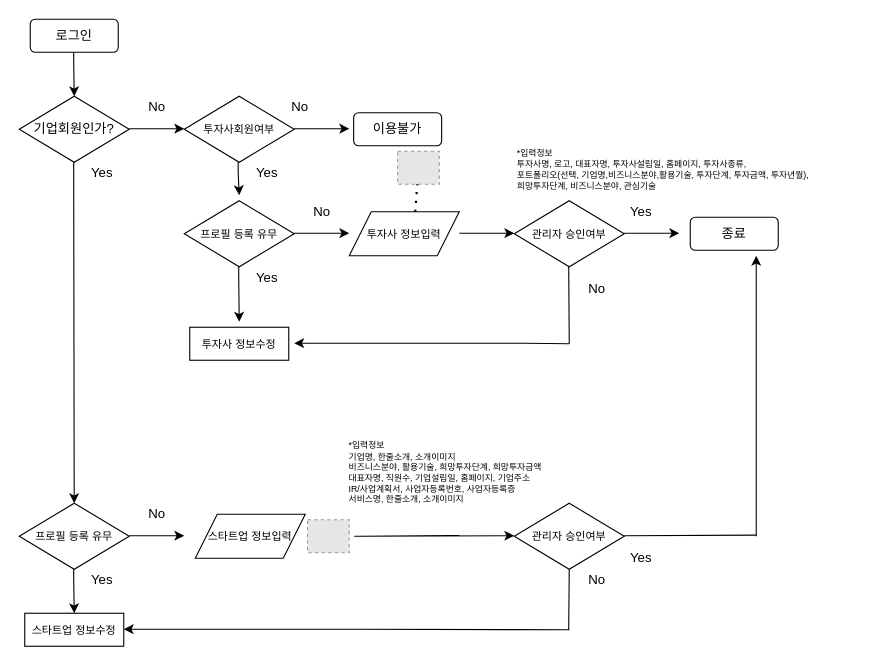
Earlier version of the draw.io diagram 비즈니스나우 프로필_수정.drawio (Lucidhomme/TIL). Source tidied: cells renumbered, new cells numbered last; positions are measured from the earlier drawing's top-left corner, leaving out a move shared by most shapes. Both pictures are drawn from the tidied source at 110%, with x=0, y=0 at pixel (19, 19). Pictures stored in the file or linked from it are replaced by grey dashed boxes.
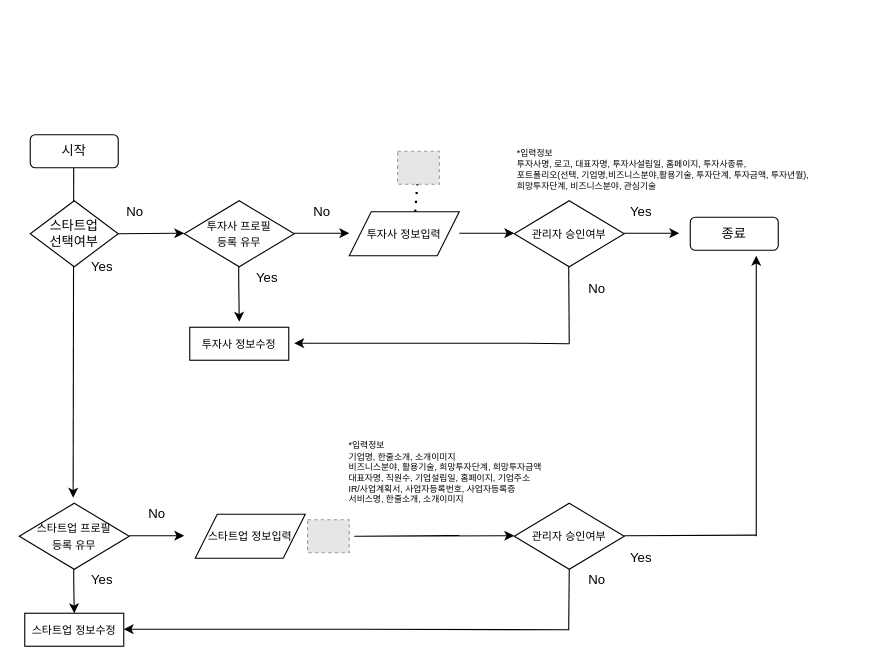
The same diagram, later.

Commit message:
Update 비즈니스나우 프로필_수정.drawio

The edit, as a diff of the source:
```diff
@@
-    <mxCell id="2" value="로그인" style="rounded=1;whiteSpace=wrap;html=1;" parent="1" vertex="1">
-      <mxGeometry x="10" width="80" height="30" as="geometry" />
+    <mxCell id="2" value="시작" style="rounded=1;whiteSpace=wrap;html=1;" parent="1" vertex="1">
+      <mxGeometry x="10" y="105" width="80" height="30" as="geometry" />
     </mxCell>
-    <mxCell id="3" value="기업회원인가?" style="rhombus;whiteSpace=wrap;html=1;" parent="1" vertex="1">
-      <mxGeometry y="70" width="100" height="60" as="geometry" />
-    </mxCell>
-    <mxCell id="4" value="No" style="text;html=1;align=center;verticalAlign=middle;fillColor=none;strokeColor=none;rounded=0;" parent="1" vertex="1">
-      <mxGeometry x="110" y="70" width="30" height="20" as="geometry" />
-    </mxCell>
-    <mxCell id="5" value="Yes" style="text;html=1;align=center;verticalAlign=middle;fillColor=none;strokeColor=none;rounded=0;" parent="1" vertex="1">
-      <mxGeometry x="60" y="130" width="30" height="20" as="geometry" />
-    </mxCell>
-    <mxCell id="6" style="endArrow=classic;html=1;" parent="1" edge="1">
-      <mxGeometry relative="1" as="geometry">
-        <mxPoint x="49.5" y="30" as="sourcePoint" />
-        <mxPoint x="50" y="70" as="targetPoint" />
-        <Array as="points">
-          <mxPoint x="49.5" y="40" />
-        </Array>
-      </mxGeometry>
-    </mxCell>
-    <mxCell id="7" style="endArrow=classic;html=1;" parent="1" edge="1" target="17">
-      <mxGeometry relative="1" as="geometry">
-        <mxPoint x="49.5" y="130" as="sourcePoint" />
-        <Array as="points">
-          <mxPoint x="49.5" y="140" />
-        </Array>
-      </mxGeometry>
-    </mxCell>
-    <mxCell id="8" value="&lt;font style=&quot;font-size: 10px&quot;&gt;프로필 등록 유무&lt;/font&gt;" style="rhombus;whiteSpace=wrap;html=1;" parent="1" vertex="1">
+    <mxCell id="8" value="&lt;font style=&quot;font-size: 10px&quot;&gt;투자사 프로필 &lt;br&gt;등록 유무&lt;/font&gt;" style="rhombus;whiteSpace=wrap;html=1;" parent="1" vertex="1">
       <mxGeometry x="150" y="165" width="100" height="60" as="geometry" />
     </mxCell>
-    <mxCell id="9" style="endArrow=classic;html=1;" parent="1" edge="1">
-      <mxGeometry relative="1" as="geometry">
-        <mxPoint x="100" y="99.5" as="sourcePoint" />
-        <mxPoint x="150" y="99.5" as="targetPoint" />
-        <Array as="points">
-          <mxPoint x="110" y="99.5" />
-        </Array>
-      </mxGeometry>
-    </mxCell>
@@
-    <mxCell id="17" value="&lt;font style=&quot;font-size: 10px&quot;&gt;프로필 등록 유무&lt;/font&gt;" style="rhombus;whiteSpace=wrap;html=1;" parent="1" vertex="1">
+    <mxCell id="17" value="&lt;font style=&quot;font-size: 10px&quot;&gt;스타트업 프로필 &lt;br&gt;등록 유무&lt;/font&gt;" style="rhombus;whiteSpace=wrap;html=1;" parent="1" vertex="1">
       <mxGeometry y="440" width="100" height="60" as="geometry" />
     </mxCell>
@@
-    <mxCell id="43" value="&lt;font style=&quot;font-size: 10px&quot;&gt;투자사회원여부&lt;/font&gt;" style="rhombus;whiteSpace=wrap;html=1;" parent="1" vertex="1">
-      <mxGeometry x="150" y="70" width="100" height="60" as="geometry" />
-    </mxCell>
-    <mxCell id="44" value="Yes" style="text;html=1;align=center;verticalAlign=middle;fillColor=none;strokeColor=none;rounded=0;" parent="1" vertex="1">
-      <mxGeometry x="210" y="130" width="30" height="20" as="geometry" />
-    </mxCell>
-    <mxCell id="45" style="endArrow=classic;html=1;" parent="1" edge="1">
-      <mxGeometry relative="1" as="geometry">
-        <mxPoint x="199" y="130" as="sourcePoint" />
-        <mxPoint x="200" y="160" as="targetPoint" />
-        <Array as="points">
-          <mxPoint x="199" y="140" />
-        </Array>
-      </mxGeometry>
-    </mxCell>
-    <mxCell id="46" style="endArrow=classic;html=1;" parent="1" edge="1">
-      <mxGeometry relative="1" as="geometry">
-        <mxPoint x="250" y="99.5" as="sourcePoint" />
-        <mxPoint x="300" y="99.5" as="targetPoint" />
-        <Array as="points">
-          <mxPoint x="260" y="99.5" />
-        </Array>
-      </mxGeometry>
-    </mxCell>
-    <mxCell id="47" value="이용불가" style="rounded=1;whiteSpace=wrap;html=1;" parent="1" vertex="1">
-      <mxGeometry x="304" y="85" width="80" height="30" as="geometry" />
-    </mxCell>
@@
-    <mxCell id="50" value="No" style="text;html=1;align=center;verticalAlign=middle;fillColor=none;strokeColor=none;rounded=0;" parent="1" vertex="1">
-      <mxGeometry x="240" y="70" width="30" height="20" as="geometry" />
-    </mxCell>
+    <mxCell id="51" style="endArrow=classic;html=1;" parent="1" edge="1">
+      <mxGeometry relative="1" as="geometry">
+        <mxPoint x="49.5" y="135" as="sourcePoint" />
+        <mxPoint x="49" y="435" as="targetPoint" />
+      </mxGeometry>
+    </mxCell>
+    <mxCell id="52" style="endArrow=classic;html=1;" parent="1" edge="1">
+      <mxGeometry relative="1" as="geometry">
+        <mxPoint x="90" y="195" as="sourcePoint" />
+        <mxPoint x="150" y="194.5" as="targetPoint" />
+      </mxGeometry>
+    </mxCell>
+    <mxCell id="53" value="No" style="text;html=1;align=center;verticalAlign=middle;fillColor=none;strokeColor=none;rounded=0;" parent="1" vertex="1">
+      <mxGeometry x="90" y="165" width="30" height="20" as="geometry" />
+    </mxCell>
+    <mxCell id="54" value="Yes" style="text;html=1;align=center;verticalAlign=middle;fillColor=none;strokeColor=none;rounded=0;" parent="1" vertex="1">
+      <mxGeometry x="60" y="215" width="30" height="20" as="geometry" />
+    </mxCell>
+    <mxCell id="55" value="스타트업 &lt;br&gt;선택여부" style="rhombus;whiteSpace=wrap;html=1;" parent="1" vertex="1">
+      <mxGeometry x="10" y="165" width="80" height="60" as="geometry" />
+    </mxCell>
```
